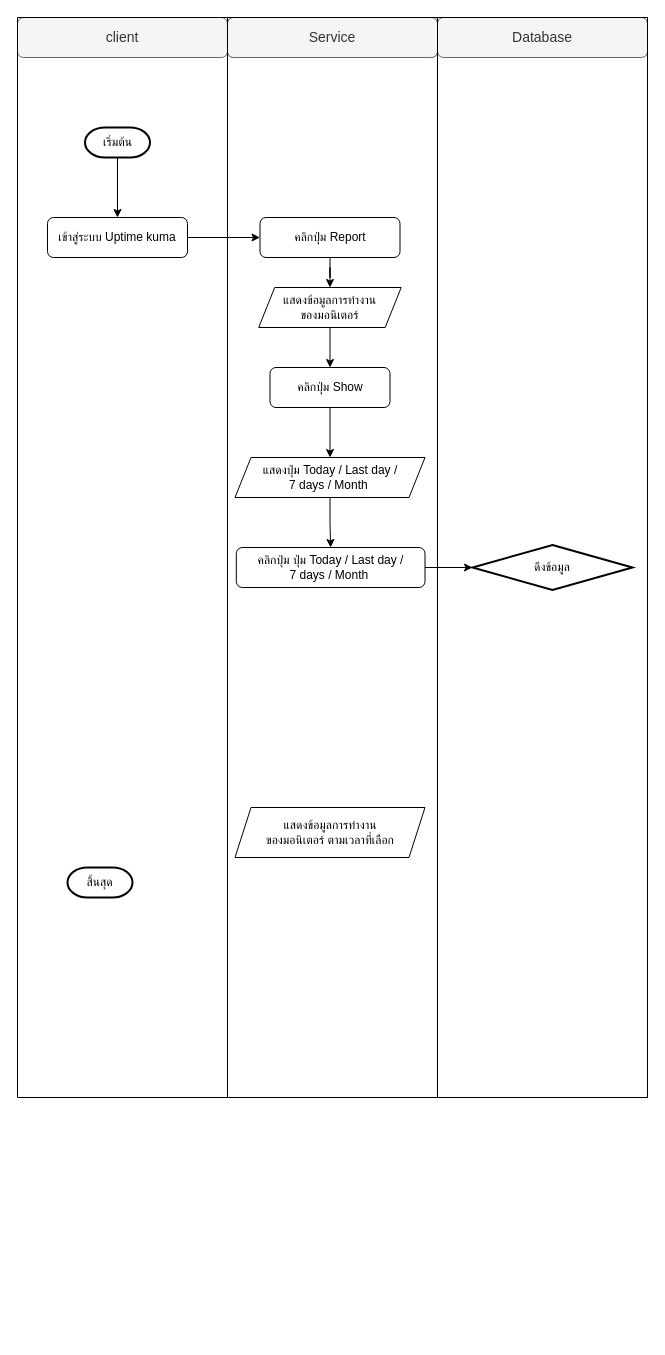
Earlier version of the draw.io diagram page "flowchart-02 reprot/export file" (12 of 12) of Diagram.drawio (Monaphat374/Sequence_project374). Source tidied: cells renumbered, new cells numbered last; positions are measured from the earlier drawing's top-left corner, leaving out a move shared by most shapes. Both pictures are drawn from the tidied source at 100%, with x=0, y=0 at pixel (17, 17).
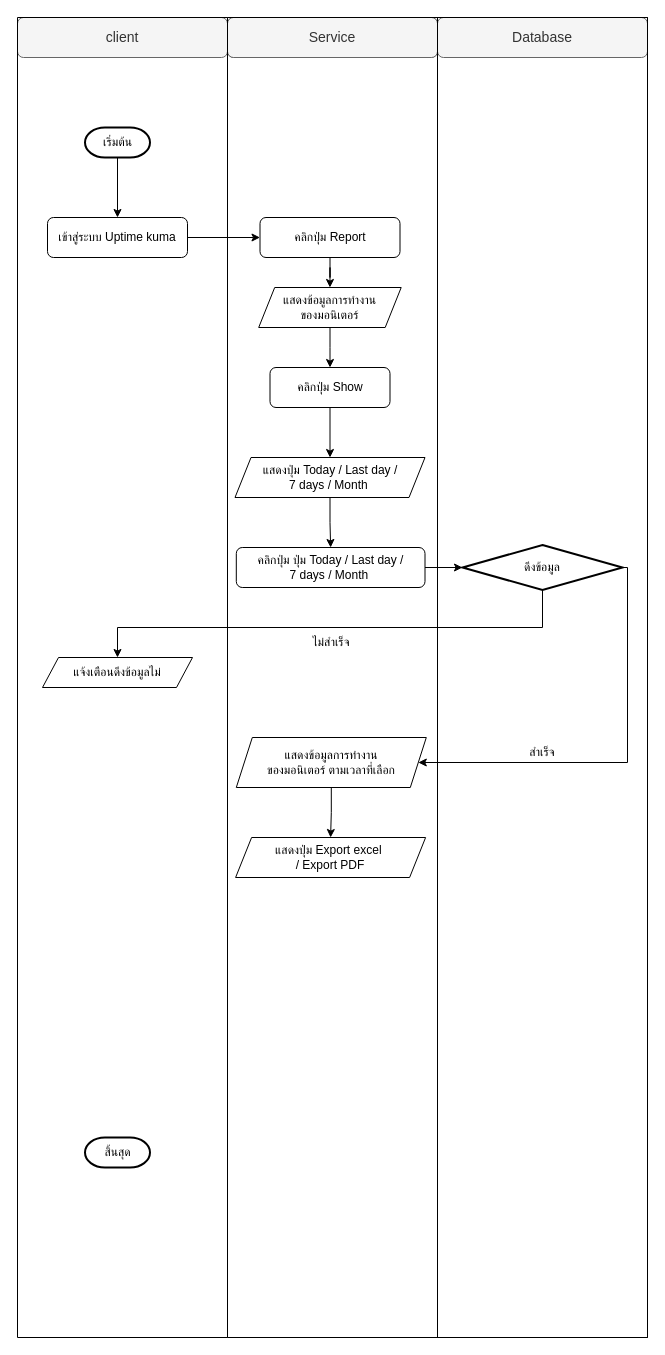
Above is the later version.

Diff of the diagram source:
```diff
@@
     <mxCell id="6" style="swimlane;startSize=0;strokeColor=light-dark(#000000,#000000);" parent="1" vertex="1">
-      <mxGeometry x="210" width="420" height="1080" as="geometry" />
+      <mxGeometry x="210" width="420" height="1320" as="geometry" />
     </mxCell>
     <mxCell id="7" style="swimlane;startSize=0;strokeColor=light-dark(#000000,#000000);" parent="6" vertex="1">
-      <mxGeometry x="210" width="210" height="1080" as="geometry" />
+      <mxGeometry x="210" width="210" height="1320" as="geometry" />
     </mxCell>
     <mxCell id="8" value="ดึงข้อมูล" style="strokeWidth=2;html=1;shape=mxgraph.flowchart.decision;whiteSpace=wrap;" parent="7" vertex="1">
-      <mxGeometry x="35" y="527.5" width="160" height="45" as="geometry" />
+      <mxGeometry x="25" y="527.5" width="160" height="45" as="geometry" />
     </mxCell>
+    <mxCell id="26" value="สำเร็จ" style="text;html=1;whiteSpace=wrap;strokeColor=none;fillColor=none;align=center;verticalAlign=middle;rounded=0;" parent="7" vertex="1">
+      <mxGeometry x="75" y="720" width="60" height="30" as="geometry" />
+    </mxCell>
@@
+    <mxCell id="27" style="edgeStyle=orthogonalEdgeStyle;rounded=0;jettySize=auto;html=1;" parent="6" edge="1" source="19" target="30">
+      <mxGeometry relative="1" as="geometry" />
+    </mxCell>
+    <mxCell id="19" value="แสดงข้อมูลการทำงาน&lt;div&gt;ของมอนิเตอร์ ตามเวลาที่เลือก&lt;/div&gt;" style="shape=parallelogram;perimeter=parallelogramPerimeter;whiteSpace=wrap;html=1;fixedSize=1;arcSize=25;size=16;" parent="6" vertex="1">
+      <mxGeometry x="8.8" y="720" width="190" height="50" as="geometry" />
+    </mxCell>
@@
-    <mxCell id="19" value="แสดงข้อมูลการทำงาน&lt;div&gt;ของมอนิเตอร์ ตามเวลาที่เลือก&lt;/div&gt;" style="shape=parallelogram;perimeter=parallelogramPerimeter;whiteSpace=wrap;html=1;fixedSize=1;arcSize=25;size=16;" parent="6" vertex="1">
-      <mxGeometry x="7.5" y="790" width="190" height="50" as="geometry" />
-    </mxCell>
+    <mxCell id="28" style="edgeStyle=orthogonalEdgeStyle;rounded=0;jettySize=auto;html=1;entryX=1;entryY=0.5;entryDx=0;entryDy=0;" parent="6" edge="1" source="8" target="19">
+      <mxGeometry relative="1" as="geometry">
+        <Array as="points">
+          <mxPoint x="400" y="550" />
+          <mxPoint x="400" y="745" />
+        </Array>
+      </mxGeometry>
+    </mxCell>
+    <mxCell id="29" value="ไม่สำเร็จ" style="text;html=1;whiteSpace=wrap;strokeColor=none;fillColor=none;align=center;verticalAlign=middle;rounded=0;" parent="6" vertex="1">
+      <mxGeometry x="73.8" y="610" width="60" height="30" as="geometry" />
+    </mxCell>
+    <mxCell id="30" value="แสดงปุ่ม Export excel&amp;nbsp;&lt;div&gt;/ Export PDF&lt;/div&gt;" style="shape=parallelogram;perimeter=parallelogramPerimeter;whiteSpace=wrap;html=1;fixedSize=1;arcSize=25;size=16;" parent="6" vertex="1">
+      <mxGeometry x="8.1" y="820" width="190" height="40" as="geometry" />
+    </mxCell>
     <mxCell id="20" style="swimlane;startSize=0;strokeColor=light-dark(#000000,#000000);" parent="1" vertex="1">
-      <mxGeometry width="210" height="1080" as="geometry" />
+      <mxGeometry width="210" height="1320" as="geometry" />
     </mxCell>
@@
     <mxCell id="24" value="สิ้นสุด" style="strokeWidth=2;html=1;shape=mxgraph.flowchart.terminator;whiteSpace=wrap;" parent="20" vertex="1">
-      <mxGeometry x="50" y="850" width="65" height="30" as="geometry" />
+      <mxGeometry x="67.5" y="1120" width="65" height="30" as="geometry" />
     </mxCell>
+    <mxCell id="31" value="แจ้งเตือนดึงข้อมูลไม่" style="shape=parallelogram;perimeter=parallelogramPerimeter;whiteSpace=wrap;html=1;fixedSize=1;arcSize=25;size=16;" parent="20" vertex="1">
+      <mxGeometry x="25" y="640" width="150" height="30" as="geometry" />
+    </mxCell>
@@
+    <mxCell id="32" style="edgeStyle=orthogonalEdgeStyle;rounded=0;jettySize=auto;html=1;entryX=0.5;entryY=0;entryDx=0;entryDy=0;" parent="1" edge="1" source="8" target="31">
+      <mxGeometry relative="1" as="geometry">
+        <Array as="points">
+          <mxPoint x="525" y="610" />
+          <mxPoint x="100" y="610" />
+        </Array>
+      </mxGeometry>
+    </mxCell>
```
